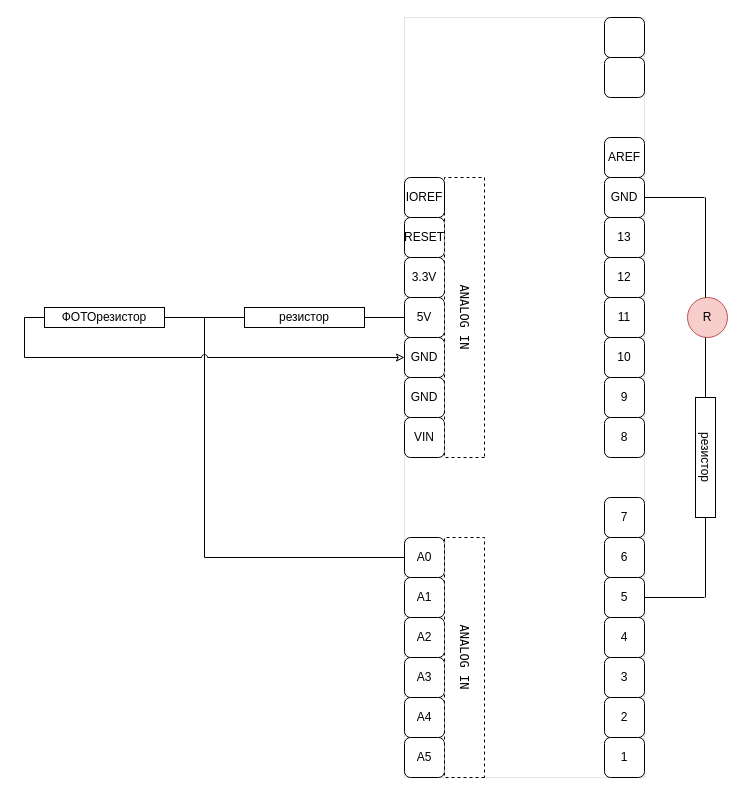
The draw.io diagram water_detector/water_detector schema.drawio in sevibogdanov/arduino, before the edit. Source tidied: cells renumbered, new cells numbered last; positions are measured from the earlier drawing's top-left corner, leaving out a move shared by most shapes. Both pictures are drawn from the tidied source at 100%, with x=0, y=0 at pixel (44, 17).
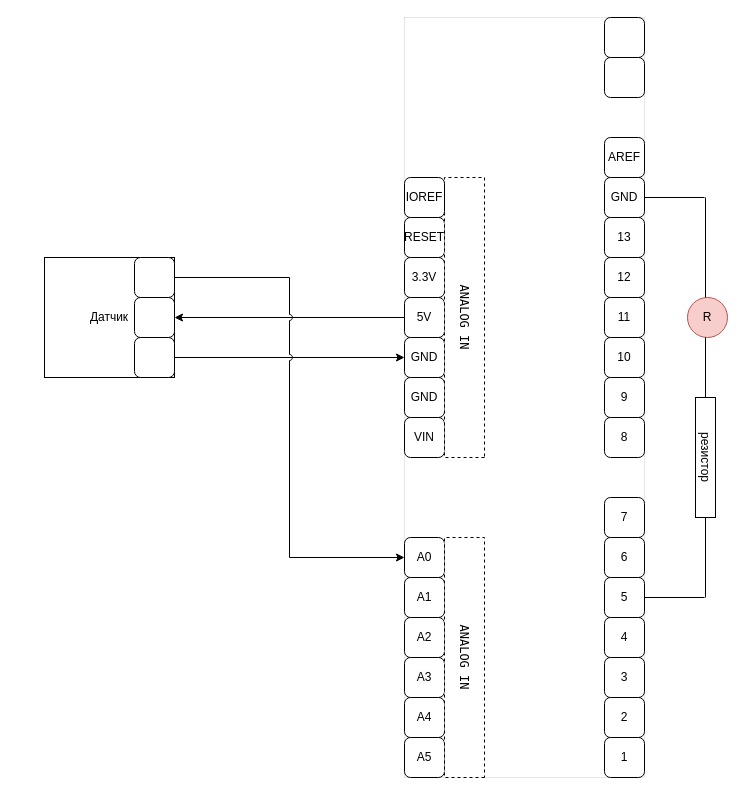
The same page after the edit.

The change refers to these unchanged cells:
```xml
<mxCell id="25" value="A0" style="rounded=1;whiteSpace=wrap;html=1;" parent="1" vertex="1">
  <mxGeometry x="360" y="520" width="40" height="40" as="geometry" />
</mxCell>
<mxCell id="29" value="GND" style="rounded=1;whiteSpace=wrap;html=1;" parent="1" vertex="1">
  <mxGeometry x="360" y="320" width="40" height="40" as="geometry" />
</mxCell>
<mxCell id="30" value="5V" style="rounded=1;whiteSpace=wrap;html=1;" parent="1" vertex="1">
  <mxGeometry x="360" y="280" width="40" height="40" as="geometry" />
</mxCell>
```

What changed in the source:
```diff
@@
+    <mxCell id="49" style="edgeStyle=orthogonalEdgeStyle;rounded=0;jettySize=auto;html=1;exitX=0;exitY=0.5;exitDx=0;exitDy=0;entryX=1;entryY=0.5;entryDx=0;entryDy=0;" parent="1" edge="1" source="30" target="52">
+      <mxGeometry relative="1" as="geometry" />
+    </mxCell>
@@
-    <mxCell id="39" value="резистор" style="rounded=0;whiteSpace=wrap;html=1;" parent="1" vertex="1">
-      <mxGeometry x="200" y="290" width="120" height="20" as="geometry" />
-    </mxCell>
@@
-    <mxCell id="43" style="endArrow=none;html=1;rounded=0;entryX=1;entryY=0.5;entryDx=0;entryDy=0;exitX=0;exitY=0.5;exitDx=0;exitDy=0;" parent="1" edge="1" source="30" target="39">
-      <mxGeometry relative="1" as="geometry" />
-    </mxCell>
-    <mxCell id="44" style="endArrow=none;html=1;rounded=0;entryX=0;entryY=0.5;entryDx=0;entryDy=0;" parent="1" edge="1" target="39">
-      <mxGeometry relative="1" as="geometry">
-        <mxPoint x="120" y="300" as="sourcePoint" />
-      </mxGeometry>
-    </mxCell>
-    <mxCell id="45" style="endArrow=none;html=1;rounded=0;" parent="1" edge="1">
-      <mxGeometry relative="1" as="geometry">
-        <mxPoint x="160" y="300" as="sourcePoint" />
-        <mxPoint x="160" y="540" as="targetPoint" />
-      </mxGeometry>
-    </mxCell>
-    <mxCell id="46" style="endArrow=none;html=1;rounded=0;entryX=0;entryY=0.5;entryDx=0;entryDy=0;" parent="1" edge="1" target="25">
-      <mxGeometry relative="1" as="geometry">
-        <mxPoint x="160" y="540" as="sourcePoint" />
-      </mxGeometry>
-    </mxCell>
-    <mxCell id="47" style="edgeStyle=orthogonalEdgeStyle;rounded=0;jettySize=auto;html=1;exitX=0;exitY=0.5;exitDx=0;exitDy=0;entryX=0;entryY=0.5;entryDx=0;entryDy=0;jumpStyle=arc;endFill=0;anchorPointDirection=1;strokeColor=default;shadow=0;" parent="1" edge="1" source="48" target="29">
-      <mxGeometry relative="1" as="geometry" />
-    </mxCell>
-    <mxCell id="48" value="ФОТОрезистор" style="rounded=0;whiteSpace=wrap;html=1;" parent="1" vertex="1">
-      <mxGeometry y="290" width="120" height="20" as="geometry" />
+    <mxCell id="48" value="Датчик" style="rounded=0;whiteSpace=wrap;html=1;" parent="1" vertex="1">
+      <mxGeometry y="240" width="130" height="120" as="geometry" />
     </mxCell>
+    <mxCell id="50" style="edgeStyle=orthogonalEdgeStyle;rounded=0;jettySize=auto;html=1;exitX=1;exitY=0.5;exitDx=0;exitDy=0;entryX=0;entryY=0.5;entryDx=0;entryDy=0;" parent="1" edge="1" source="51" target="29">
+      <mxGeometry relative="1" as="geometry" />
+    </mxCell>
+    <mxCell id="51" style="rounded=1;whiteSpace=wrap;html=1;" parent="1" vertex="1">
+      <mxGeometry x="90" y="320" width="40" height="40" as="geometry" />
+    </mxCell>
+    <mxCell id="52" style="rounded=1;whiteSpace=wrap;html=1;" parent="1" vertex="1">
+      <mxGeometry x="90" y="280" width="40" height="40" as="geometry" />
+    </mxCell>
+    <mxCell id="53" style="edgeStyle=orthogonalEdgeStyle;rounded=0;jettySize=auto;html=1;exitX=1;exitY=0.5;exitDx=0;exitDy=0;entryX=0;entryY=0.5;entryDx=0;entryDy=0;jumpStyle=arc;" parent="1" edge="1" source="54" target="25">
+      <mxGeometry relative="1" as="geometry" />
+    </mxCell>
+    <mxCell id="54" style="rounded=1;whiteSpace=wrap;html=1;" parent="1" vertex="1">
+      <mxGeometry x="90" y="240" width="40" height="40" as="geometry" />
+    </mxCell>
```
